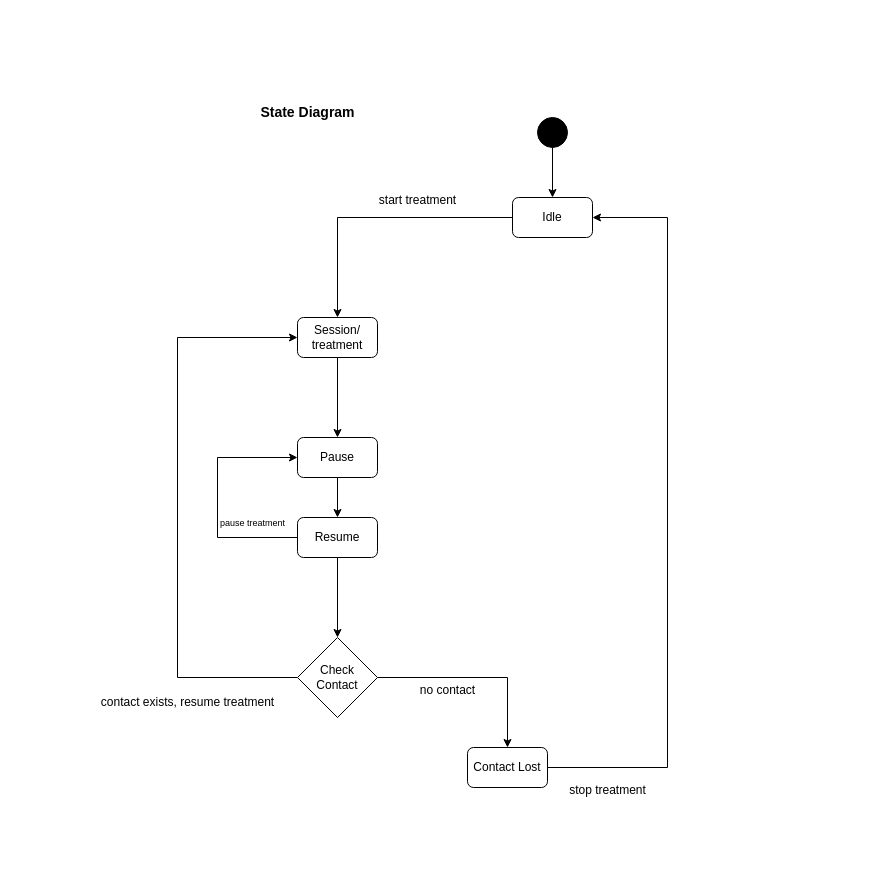
sidbmw/Neureset_Device_Simulator keeps this draw.io diagram as page "stateDiagram#1" (1 of 2) of Neureset - Documentation/Diagrams/Team24Diagrams.drawio. Above is the earlier version. Source tidied: cells renumbered, new cells numbered last; positions are measured from the earlier drawing's top-left corner, leaving out a move shared by most shapes. Both pictures are drawn from the tidied source at 100%, with x=0, y=0 at pixel (87, 97).
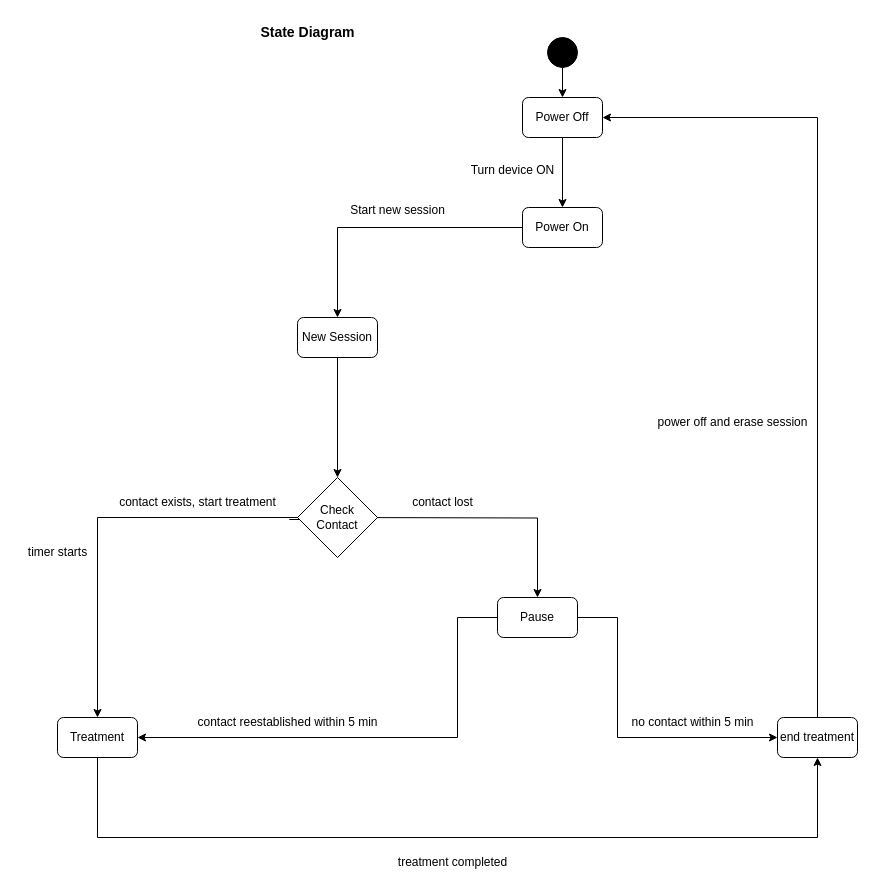
After the change.

Diff of the diagram source:
```diff
@@
-    <mxCell id="2" style="edgeStyle=orthogonalEdgeStyle;rounded=0;jettySize=auto;html=1;entryX=0.5;entryY=0;entryDx=0;entryDy=0;" parent="1" edge="1" source="3" target="5">
-      <mxGeometry relative="1" as="geometry" />
-    </mxCell>
-    <mxCell id="3" style="ellipse;fillColor=strokeColor;html=1;" parent="1" vertex="1">
-      <mxGeometry x="450" y="20" width="30" height="30" as="geometry" />
-    </mxCell>
-    <mxCell id="4" style="edgeStyle=orthogonalEdgeStyle;rounded=0;jettySize=auto;html=1;entryX=0.5;entryY=0;entryDx=0;entryDy=0;" parent="1" edge="1" source="5" target="7">
-      <mxGeometry relative="1" as="geometry" />
-    </mxCell>
-    <mxCell id="5" value="Idle" style="rounded=1;whiteSpace=wrap;html=1;" parent="1" vertex="1">
-      <mxGeometry x="425" y="100" width="80" height="40" as="geometry" />
-    </mxCell>
-    <mxCell id="6" style="edgeStyle=orthogonalEdgeStyle;rounded=0;jettySize=auto;html=1;entryX=0.5;entryY=0;entryDx=0;entryDy=0;" parent="1" edge="1" source="7" target="9">
-      <mxGeometry relative="1" as="geometry" />
-    </mxCell>
-    <mxCell id="7" value="Session/&lt;br&gt;treatment" style="rounded=1;whiteSpace=wrap;html=1;" parent="1" vertex="1">
-      <mxGeometry x="210" y="220" width="80" height="40" as="geometry" />
-    </mxCell>
-    <mxCell id="8" style="edgeStyle=orthogonalEdgeStyle;rounded=0;jettySize=auto;html=1;entryX=0.5;entryY=0;entryDx=0;entryDy=0;" parent="1" edge="1" source="9" target="12">
-      <mxGeometry relative="1" as="geometry" />
-    </mxCell>
+    <mxCell id="24" style="edgeStyle=orthogonalEdgeStyle;rounded=0;jettySize=auto;html=1;" parent="1" edge="1" source="25" target="46">
+      <mxGeometry relative="1" as="geometry" />
+    </mxCell>
+    <mxCell id="25" style="ellipse;fillColor=strokeColor;html=1;" parent="1" vertex="1">
+      <mxGeometry x="460" y="-60" width="30" height="30" as="geometry" />
+    </mxCell>
+    <mxCell id="26" style="edgeStyle=orthogonalEdgeStyle;rounded=0;jettySize=auto;html=1;entryX=0.5;entryY=0;entryDx=0;entryDy=0;" parent="1" edge="1" source="27" target="29">
+      <mxGeometry relative="1" as="geometry" />
+    </mxCell>
+    <mxCell id="27" value="Power On" style="rounded=1;whiteSpace=wrap;html=1;" parent="1" vertex="1">
+      <mxGeometry x="435" y="110" width="80" height="40" as="geometry" />
+    </mxCell>
+    <mxCell id="28" style="edgeStyle=orthogonalEdgeStyle;rounded=0;jettySize=auto;html=1;entryX=0.5;entryY=0;entryDx=0;entryDy=0;" parent="1" edge="1" source="29" target="16">
+      <mxGeometry relative="1" as="geometry" />
+    </mxCell>
+    <mxCell id="29" value="New Session" style="rounded=1;whiteSpace=wrap;html=1;" parent="1" vertex="1">
+      <mxGeometry x="210" y="220" width="80" height="40" as="geometry" />
+    </mxCell>
+    <mxCell id="30" value="contact lost" style="text;html=1;align=center;verticalAlign=middle;strokeColor=none;fillColor=none;" parent="1" vertex="1">
+      <mxGeometry x="315" y="390" width="80" height="30" as="geometry" />
+    </mxCell>
+    <mxCell id="20" value="&lt;font style=&quot;font-size: 14px;&quot;&gt;&lt;b&gt;State Diagram&lt;/b&gt;&lt;/font&gt;" style="text;html=1;align=center;verticalAlign=middle;strokeColor=none;fillColor=none;" parent="1" vertex="1">
+      <mxGeometry x="160" y="-80" width="120" height="30" as="geometry" />
+    </mxCell>
+    <mxCell id="31" value="Start new session" style="text;html=1;align=center;verticalAlign=middle;strokeColor=none;fillColor=none;" parent="1" vertex="1">
+      <mxGeometry x="250" y="98" width="120" height="30" as="geometry" />
+    </mxCell>
+    <mxCell id="32" value="contact exists, start treatment" style="text;html=1;align=center;verticalAlign=middle;points=[];strokeColor=none;fillColor=none;" parent="1" vertex="1">
+      <mxGeometry x="20" y="390" width="180" height="30" as="geometry" />
+    </mxCell>
+    <mxCell id="33" style="edgeStyle=orthogonalEdgeStyle;rounded=0;jettySize=auto;html=1;entryX=0.5;entryY=0;entryDx=0;entryDy=0;exitX=1.01;exitY=1.067;exitDx=0;exitDy=0;exitPerimeter=0;" parent="1" edge="1" source="32" target="38">
+      <mxGeometry relative="1" as="geometry">
+        <Array as="points">
+          <mxPoint x="212" y="420" />
+          <mxPoint x="10" y="420" />
+        </Array>
+      </mxGeometry>
+    </mxCell>
+    <mxCell id="34" style="edgeStyle=orthogonalEdgeStyle;rounded=0;jettySize=auto;html=1;entryX=0.5;entryY=0;entryDx=0;entryDy=0;" parent="1" edge="1" target="9">
+      <mxGeometry relative="1" as="geometry">
+        <mxPoint x="250" y="420" as="sourcePoint" />
+      </mxGeometry>
+    </mxCell>
+    <mxCell id="16" value="Check Contact" style="rhombus;whiteSpace=wrap;html=1;" parent="1" vertex="1">
+      <mxGeometry x="210" y="380" width="80" height="80" as="geometry" />
+    </mxCell>
+    <mxCell id="35" style="edgeStyle=orthogonalEdgeStyle;rounded=0;jettySize=auto;html=1;entryX=1;entryY=0.5;entryDx=0;entryDy=0;" parent="1" edge="1" source="9" target="38">
+      <mxGeometry relative="1" as="geometry">
+        <Array as="points">
+          <mxPoint x="370" y="520" />
+          <mxPoint x="370" y="640" />
+        </Array>
+      </mxGeometry>
+    </mxCell>
+    <mxCell id="36" style="edgeStyle=orthogonalEdgeStyle;rounded=0;jettySize=auto;html=1;entryX=0;entryY=0.5;entryDx=0;entryDy=0;" parent="1" edge="1" source="9" target="40">
+      <mxGeometry relative="1" as="geometry">
+        <Array as="points">
+          <mxPoint x="530" y="520" />
+          <mxPoint x="530" y="640" />
+        </Array>
+      </mxGeometry>
+    </mxCell>
     <mxCell id="9" value="Pause" style="rounded=1;whiteSpace=wrap;html=1;" parent="1" vertex="1">
-      <mxGeometry x="210" y="340" width="80" height="40" as="geometry" />
+      <mxGeometry x="410" y="500" width="80" height="40" as="geometry" />
     </mxCell>
-    <mxCell id="10" style="edgeStyle=orthogonalEdgeStyle;rounded=0;jettySize=auto;html=1;entryX=0;entryY=0.5;entryDx=0;entryDy=0;" parent="1" edge="1" source="12" target="9">
-      <mxGeometry relative="1" as="geometry">
-        <Array as="points">
-          <mxPoint x="130" y="440" />
-          <mxPoint x="130" y="360" />
-        </Array>
-      </mxGeometry>
-    </mxCell>
-    <mxCell id="11" style="edgeStyle=orthogonalEdgeStyle;rounded=0;jettySize=auto;html=1;entryX=0.5;entryY=0;entryDx=0;entryDy=0;" parent="1" edge="1" source="12" target="16">
-      <mxGeometry relative="1" as="geometry" />
-    </mxCell>
-    <mxCell id="12" value="Resume" style="rounded=1;whiteSpace=wrap;html=1;" parent="1" vertex="1">
-      <mxGeometry x="210" y="420" width="80" height="40" as="geometry" />
-    </mxCell>
-    <mxCell id="13" value="&lt;font style=&quot;font-size: 9px;&quot;&gt;pause treatment&lt;/font&gt;" style="text;html=1;align=center;verticalAlign=middle;strokeColor=none;fillColor=none;" parent="1" vertex="1">
-      <mxGeometry x="120" y="410" width="90" height="30" as="geometry" />
-    </mxCell>
-    <mxCell id="14" style="edgeStyle=orthogonalEdgeStyle;rounded=0;jettySize=auto;html=1;entryX=0;entryY=0.5;entryDx=0;entryDy=0;" parent="1" edge="1" source="16" target="7">
-      <mxGeometry relative="1" as="geometry">
-        <Array as="points">
-          <mxPoint x="90" y="580" />
-          <mxPoint x="90" y="240" />
-        </Array>
-      </mxGeometry>
-    </mxCell>
-    <mxCell id="15" style="edgeStyle=orthogonalEdgeStyle;rounded=0;jettySize=auto;html=1;entryX=0.5;entryY=0;entryDx=0;entryDy=0;" parent="1" edge="1" source="16" target="18">
-      <mxGeometry relative="1" as="geometry" />
-    </mxCell>
-    <mxCell id="16" value="Check Contact" style="rhombus;whiteSpace=wrap;html=1;" parent="1" vertex="1">
-      <mxGeometry x="210" y="540" width="80" height="80" as="geometry" />
-    </mxCell>
-    <mxCell id="17" style="edgeStyle=orthogonalEdgeStyle;rounded=0;jettySize=auto;html=1;entryX=1;entryY=0.5;entryDx=0;entryDy=0;" parent="1" edge="1" source="18" target="5">
-      <mxGeometry relative="1" as="geometry">
-        <Array as="points">
-          <mxPoint x="580" y="670" />
-          <mxPoint x="580" y="120" />
-        </Array>
-      </mxGeometry>
-    </mxCell>
-    <mxCell id="18" value="Contact Lost" style="rounded=1;whiteSpace=wrap;html=1;" parent="1" vertex="1">
-      <mxGeometry x="380" y="650" width="80" height="40" as="geometry" />
-    </mxCell>
-    <mxCell id="19" value="no contact" style="text;html=1;align=center;verticalAlign=middle;strokeColor=none;fillColor=none;" parent="1" vertex="1">
-      <mxGeometry x="320" y="578" width="80" height="30" as="geometry" />
-    </mxCell>
-    <mxCell id="20" value="&lt;font style=&quot;font-size: 14px;&quot;&gt;&lt;b&gt;State Diagram&lt;/b&gt;&lt;/font&gt;" style="text;html=1;align=center;verticalAlign=middle;strokeColor=none;fillColor=none;" parent="1" vertex="1">
-      <mxGeometry x="160" width="120" height="30" as="geometry" />
-    </mxCell>
-    <mxCell id="21" value="start treatment" style="text;html=1;align=center;verticalAlign=middle;strokeColor=none;fillColor=none;" parent="1" vertex="1">
-      <mxGeometry x="280" y="88" width="100" height="30" as="geometry" />
-    </mxCell>
-    <mxCell id="22" value="stop treatment" style="text;html=1;align=center;verticalAlign=middle;strokeColor=none;fillColor=none;" parent="1" vertex="1">
-      <mxGeometry x="470" y="678" width="100" height="30" as="geometry" />
-    </mxCell>
-    <mxCell id="23" value="contact exists, resume treatment" style="text;html=1;align=center;verticalAlign=middle;strokeColor=none;fillColor=none;" parent="1" vertex="1">
-      <mxGeometry y="590" width="200" height="30" as="geometry" />
-    </mxCell>
+    <mxCell id="37" style="edgeStyle=orthogonalEdgeStyle;rounded=0;jettySize=auto;html=1;entryX=0.5;entryY=1;entryDx=0;entryDy=0;exitX=0.5;exitY=1;exitDx=0;exitDy=0;" parent="1" edge="1" source="38" target="40">
+      <mxGeometry relative="1" as="geometry">
+        <Array as="points">
+          <mxPoint x="10" y="740" />
+          <mxPoint x="730" y="740" />
+        </Array>
+      </mxGeometry>
+    </mxCell>
+    <mxCell id="38" value="Treatment" style="rounded=1;whiteSpace=wrap;html=1;" parent="1" vertex="1">
+      <mxGeometry x="-30" y="620" width="80" height="40" as="geometry" />
+    </mxCell>
+    <mxCell id="39" style="edgeStyle=orthogonalEdgeStyle;rounded=0;jettySize=auto;html=1;entryX=1;entryY=0.5;entryDx=0;entryDy=0;" parent="1" edge="1" source="40" target="46">
+      <mxGeometry relative="1" as="geometry">
+        <Array as="points">
+          <mxPoint x="730" y="20" />
+        </Array>
+      </mxGeometry>
+    </mxCell>
+    <mxCell id="40" value="end treatment" style="rounded=1;whiteSpace=wrap;html=1;" parent="1" vertex="1">
+      <mxGeometry x="690" y="620" width="80" height="40" as="geometry" />
+    </mxCell>
+    <mxCell id="41" value="contact reestablished within 5 min" style="text;html=1;align=center;verticalAlign=middle;strokeColor=none;fillColor=none;" parent="1" vertex="1">
+      <mxGeometry x="100" y="610" width="200" height="30" as="geometry" />
+    </mxCell>
+    <mxCell id="42" value="no contact within 5 min" style="text;html=1;align=center;verticalAlign=middle;strokeColor=none;fillColor=none;" parent="1" vertex="1">
+      <mxGeometry x="530" y="610" width="150" height="30" as="geometry" />
+    </mxCell>
+    <mxCell id="43" value="power off and erase session" style="text;html=1;align=center;verticalAlign=middle;strokeColor=none;fillColor=none;" parent="1" vertex="1">
+      <mxGeometry x="560" y="310" width="170" height="30" as="geometry" />
+    </mxCell>
+    <mxCell id="44" value="treatment completed" style="text;html=1;align=center;verticalAlign=middle;strokeColor=none;fillColor=none;" parent="1" vertex="1">
+      <mxGeometry x="300" y="750" width="130" height="30" as="geometry" />
+    </mxCell>
+    <mxCell id="45" style="edgeStyle=orthogonalEdgeStyle;rounded=0;jettySize=auto;html=1;entryX=0.5;entryY=0;entryDx=0;entryDy=0;" parent="1" edge="1" source="46" target="27">
+      <mxGeometry relative="1" as="geometry" />
+    </mxCell>
+    <mxCell id="46" value="Power Off" style="rounded=1;whiteSpace=wrap;html=1;" parent="1" vertex="1">
+      <mxGeometry x="435" width="80" height="40" as="geometry" />
+    </mxCell>
+    <mxCell id="47" value="Turn device ON" style="text;html=1;align=center;verticalAlign=middle;strokeColor=none;fillColor=none;rotation=0;" parent="1" vertex="1">
+      <mxGeometry x="370" y="58" width="110" height="30" as="geometry" />
+    </mxCell>
+    <mxCell id="48" value="timer starts" style="text;html=1;align=center;verticalAlign=middle;strokeColor=none;fillColor=none;" parent="1" vertex="1">
+      <mxGeometry x="-70" y="440" width="80" height="30" as="geometry" />
+    </mxCell>
```
